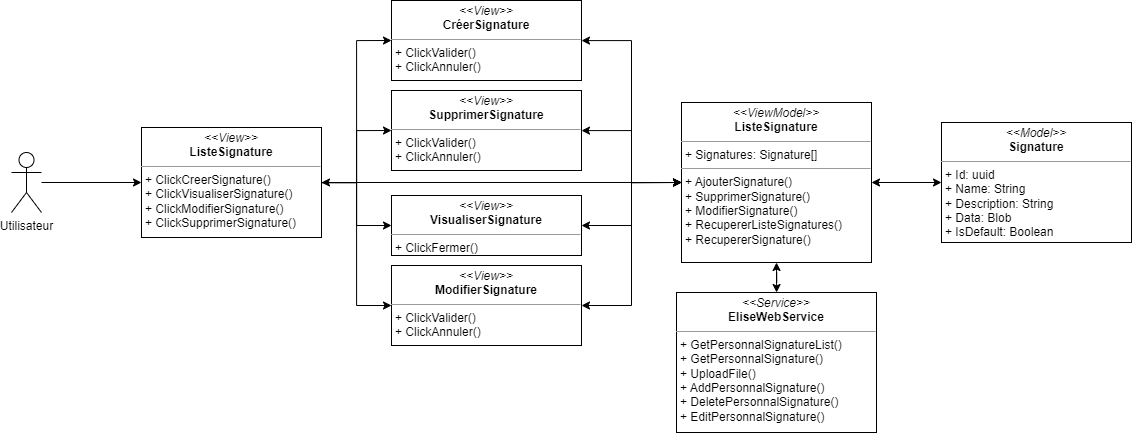
PFE-Neoledge-2023/rapport keeps this draw.io diagram as images_pfe/dcc_spint2.png. Above is the earlier version. Source tidied: cells renumbered, new cells last; positions are measured from the earlier drawing's top-left corner, leaving out a move shared by most shapes.
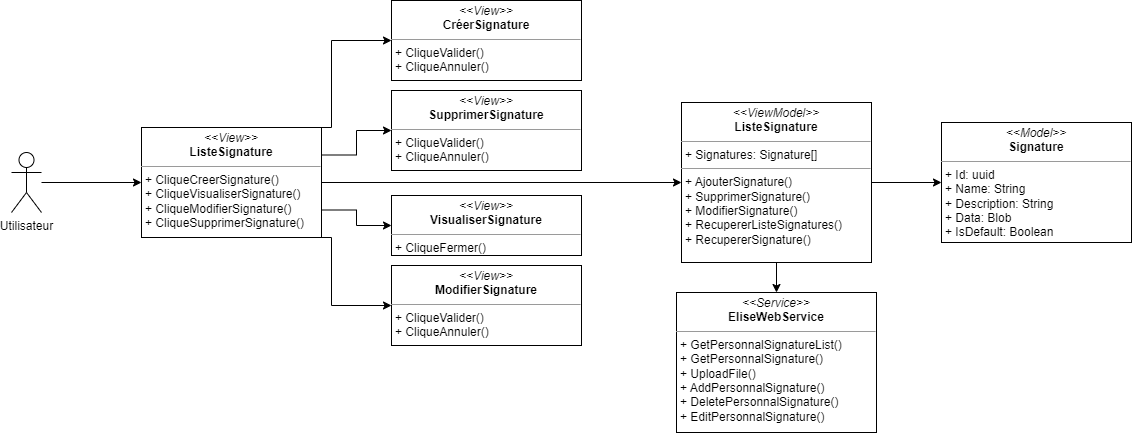
After the commit.

What changed in the source:
```diff
@@ -8,58 +8,56 @@
     <mxCell id="3" value="Utilisateur" style="shape=umlActor;verticalLabelPosition=bottom;verticalAlign=top;html=1;outlineConnect=0;" parent="1" vertex="1">
       <mxGeometry y="152" width="30" height="60" as="geometry" />
     </mxCell>
+    <mxCell id="8" style="edgeStyle=orthogonalEdgeStyle;rounded=0;jettySize=auto;html=1;entryX=0;entryY=0.5;entryDx=0;entryDy=0;startArrow=none;startFill=0;" parent="1" edge="1" source="9" target="11">
+      <mxGeometry relative="1" as="geometry" />
+    </mxCell>
+    <mxCell id="5" style="edgeStyle=orthogonalEdgeStyle;html=1;exitX=1;exitY=0.25;exitDx=0;exitDy=0;entryX=0;entryY=0.5;entryDx=0;entryDy=0;startArrow=none;startFill=0;endArrow=classic;endFill=1;rounded=0;" parent="1" edge="1" source="9" target="17">
+      <mxGeometry relative="1" as="geometry" />
+    </mxCell>
-    <mxCell id="4" style="edgeStyle=orthogonalEdgeStyle;rounded=0;jettySize=auto;html=1;entryX=0;entryY=0.5;entryDx=0;entryDy=0;" parent="1" edge="1" source="9" target="13">
-      <mxGeometry relative="1" as="geometry" />
+    <mxCell id="4" style="edgeStyle=orthogonalEdgeStyle;rounded=0;html=1;exitX=1;exitY=0;exitDx=0;exitDy=0;entryX=0;entryY=0.5;entryDx=0;entryDy=0;startArrow=none;startFill=0;endArrow=classic;endFill=1;" parent="1" edge="1" source="9" target="13">
+      <mxGeometry relative="1" as="geometry">
+        <Array as="points">
+          <mxPoint x="320" y="127" />
+          <mxPoint x="320" y="40" />
+        </Array>
+      </mxGeometry>
     </mxCell>
-    <mxCell id="5" style="edgeStyle=orthogonalEdgeStyle;rounded=0;jettySize=auto;html=1;entryX=0;entryY=0.5;entryDx=0;entryDy=0;" parent="1" edge="1" source="9" target="17">
-      <mxGeometry relative="1" as="geometry" />
-    </mxCell>
-    <mxCell id="6" style="edgeStyle=orthogonalEdgeStyle;rounded=0;jettySize=auto;html=1;entryX=0;entryY=0.5;entryDx=0;entryDy=0;" parent="1" edge="1" source="9" target="19">
+    <mxCell id="6" style="edgeStyle=orthogonalEdgeStyle;rounded=0;html=1;exitX=1;exitY=0.75;exitDx=0;exitDy=0;entryX=0;entryY=0.5;entryDx=0;entryDy=0;startArrow=none;startFill=0;endArrow=classic;endFill=1;" parent="1" edge="1" source="9" target="19">
       <mxGeometry relative="1" as="geometry" />
     </mxCell>
-    <mxCell id="7" style="edgeStyle=orthogonalEdgeStyle;rounded=0;jettySize=auto;html=1;entryX=0;entryY=0.5;entryDx=0;entryDy=0;" parent="1" edge="1" source="9" target="15">
-      <mxGeometry relative="1" as="geometry" />
+    <mxCell id="7" style="edgeStyle=orthogonalEdgeStyle;rounded=0;html=1;exitX=1;exitY=1;exitDx=0;exitDy=0;entryX=0;entryY=0.5;entryDx=0;entryDy=0;startArrow=none;startFill=0;endArrow=classic;endFill=1;" parent="1" edge="1" source="9" target="15">
+      <mxGeometry relative="1" as="geometry">
+        <Array as="points">
+          <mxPoint x="320" y="237" />
+          <mxPoint x="320" y="305" />
+        </Array>
+      </mxGeometry>
     </mxCell>
-    <mxCell id="8" style="edgeStyle=orthogonalEdgeStyle;rounded=0;jettySize=auto;html=1;entryX=0;entryY=0.5;entryDx=0;entryDy=0;startArrow=classic;startFill=1;" parent="1" edge="1" source="9" target="11">
-      <mxGeometry relative="1" as="geometry" />
-    </mxCell>
-    <mxCell id="9" value="&lt;p style=&quot;margin:0px;margin-top:4px;text-align:center;&quot;&gt;&lt;i&gt;&amp;lt;&amp;lt;View&amp;gt;&amp;gt;&lt;/i&gt;&lt;br&gt;&lt;b&gt;ListeSignature&lt;/b&gt;&lt;/p&gt;&lt;hr style=&quot;border-color: var(--border-color);&quot; size=&quot;1&quot;&gt;&lt;p style=&quot;border-color: var(--border-color); margin: 0px 0px 0px 4px;&quot;&gt;+ ClickCreerSignature()&lt;/p&gt;&lt;p style=&quot;border-color: var(--border-color); margin: 0px 0px 0px 4px;&quot;&gt;+ ClickVisualiserSignature()&lt;/p&gt;&lt;p style=&quot;border-color: var(--border-color); margin: 0px 0px 0px 4px;&quot;&gt;+ ClickModifierSignature()&lt;/p&gt;&lt;p style=&quot;border-color: var(--border-color); margin: 0px 0px 0px 4px;&quot;&gt;+ ClickSupprimerSignature()&lt;/p&gt;" style="verticalAlign=top;align=left;overflow=fill;fontSize=12;fontFamily=Helvetica;html=1;whiteSpace=wrap;" parent="1" vertex="1">
+    <mxCell id="9" value="&lt;p style=&quot;margin:0px;margin-top:4px;text-align:center;&quot;&gt;&lt;i&gt;&amp;lt;&amp;lt;View&amp;gt;&amp;gt;&lt;/i&gt;&lt;br&gt;&lt;b&gt;ListeSignature&lt;/b&gt;&lt;/p&gt;&lt;hr style=&quot;border-color: var(--border-color);&quot; size=&quot;1&quot;&gt;&lt;p style=&quot;border-color: var(--border-color); margin: 0px 0px 0px 4px;&quot;&gt;+ CliqueCreerSignature()&lt;/p&gt;&lt;p style=&quot;border-color: var(--border-color); margin: 0px 0px 0px 4px;&quot;&gt;+ CliqueVisualiserSignature()&lt;/p&gt;&lt;p style=&quot;border-color: var(--border-color); margin: 0px 0px 0px 4px;&quot;&gt;+ CliqueModifierSignature()&lt;/p&gt;&lt;p style=&quot;border-color: var(--border-color); margin: 0px 0px 0px 4px;&quot;&gt;+ CliqueSupprimerSignature()&lt;/p&gt;" style="verticalAlign=top;align=left;overflow=fill;fontSize=12;fontFamily=Helvetica;html=1;whiteSpace=wrap;" parent="1" vertex="1">
       <mxGeometry x="130" y="127" width="180" height="110" as="geometry" />
     </mxCell>
-    <mxCell id="10" style="edgeStyle=orthogonalEdgeStyle;rounded=0;jettySize=auto;html=1;startArrow=classic;startFill=1;" parent="1" edge="1" source="11" target="20">
+    <mxCell id="10" style="edgeStyle=orthogonalEdgeStyle;rounded=0;jettySize=auto;html=1;startArrow=none;startFill=0;" parent="1" edge="1" source="11" target="20">
       <mxGeometry relative="1" as="geometry" />
     </mxCell>
     <mxCell id="11" value="&lt;p style=&quot;margin:0px;margin-top:4px;text-align:center;&quot;&gt;&lt;i&gt;&amp;lt;&amp;lt;ViewModel&amp;gt;&amp;gt;&lt;/i&gt;&lt;br&gt;&lt;b&gt;ListeSignature&lt;/b&gt;&lt;/p&gt;&lt;hr size=&quot;1&quot;&gt;&lt;p style=&quot;margin:0px;margin-left:4px;&quot;&gt;+ Signatures: Signature[]&lt;br&gt;&lt;/p&gt;&lt;hr size=&quot;1&quot;&gt;&lt;p style=&quot;margin:0px;margin-left:4px;&quot;&gt;+ AjouterSignature()&lt;/p&gt;&lt;p style=&quot;margin:0px;margin-left:4px;&quot;&gt;+ SupprimerSignature()&lt;/p&gt;&lt;p style=&quot;margin:0px;margin-left:4px;&quot;&gt;+ ModifierSignature()&lt;/p&gt;&lt;p style=&quot;margin:0px;margin-left:4px;&quot;&gt;+ RecupererListeSignatures()&lt;/p&gt;&lt;p style=&quot;margin:0px;margin-left:4px;&quot;&gt;+ RecupererSignature()&lt;/p&gt;" style="verticalAlign=top;align=left;overflow=fill;fontSize=12;fontFamily=Helvetica;html=1;whiteSpace=wrap;" parent="1" vertex="1">
       <mxGeometry x="670" y="102" width="190" height="160" as="geometry" />
     </mxCell>
-    <mxCell id="12" style="edgeStyle=orthogonalEdgeStyle;rounded=0;jettySize=auto;html=1;entryX=0;entryY=0.5;entryDx=0;entryDy=0;startArrow=classic;startFill=1;" parent="1" edge="1" source="13" target="11">
-      <mxGeometry relative="1" as="geometry" />
-    </mxCell>
-    <mxCell id="13" value="&lt;p style=&quot;margin:0px;margin-top:4px;text-align:center;&quot;&gt;&lt;i&gt;&amp;lt;&amp;lt;View&amp;gt;&amp;gt;&lt;/i&gt;&lt;br&gt;&lt;b&gt;CréerSignature&lt;/b&gt;&lt;/p&gt;&lt;hr size=&quot;1&quot;&gt;&lt;p style=&quot;margin:0px;margin-left:4px;&quot;&gt;&lt;/p&gt;&lt;p style=&quot;margin:0px;margin-left:4px;&quot;&gt;+ ClickValider()&lt;/p&gt;&lt;p style=&quot;margin:0px;margin-left:4px;&quot;&gt;+ ClickAnnuler()&lt;/p&gt;" style="verticalAlign=top;align=left;overflow=fill;fontSize=12;fontFamily=Helvetica;html=1;whiteSpace=wrap;" parent="1" vertex="1">
+    <mxCell id="13" value="&lt;p style=&quot;margin:0px;margin-top:4px;text-align:center;&quot;&gt;&lt;i&gt;&amp;lt;&amp;lt;View&amp;gt;&amp;gt;&lt;/i&gt;&lt;br&gt;&lt;b&gt;CréerSignature&lt;/b&gt;&lt;/p&gt;&lt;hr size=&quot;1&quot;&gt;&lt;p style=&quot;margin:0px;margin-left:4px;&quot;&gt;&lt;/p&gt;&lt;p style=&quot;margin:0px;margin-left:4px;&quot;&gt;+ CliqueValider()&lt;/p&gt;&lt;p style=&quot;margin:0px;margin-left:4px;&quot;&gt;+ CliqueAnnuler()&lt;/p&gt;" style="verticalAlign=top;align=left;overflow=fill;fontSize=12;fontFamily=Helvetica;html=1;whiteSpace=wrap;" parent="1" vertex="1">
       <mxGeometry x="380" width="190" height="80" as="geometry" />
     </mxCell>
-    <mxCell id="14" style="edgeStyle=orthogonalEdgeStyle;rounded=0;jettySize=auto;html=1;entryX=0;entryY=0.5;entryDx=0;entryDy=0;startArrow=classic;startFill=1;" parent="1" edge="1" source="15" target="11">
-      <mxGeometry relative="1" as="geometry" />
-    </mxCell>
-    <mxCell id="15" value="&lt;p style=&quot;margin:0px;margin-top:4px;text-align:center;&quot;&gt;&lt;i&gt;&amp;lt;&amp;lt;View&amp;gt;&amp;gt;&lt;/i&gt;&lt;br&gt;&lt;b&gt;ModifierSignature&lt;/b&gt;&lt;/p&gt;&lt;hr size=&quot;1&quot;&gt;&lt;p style=&quot;margin:0px;margin-left:4px;&quot;&gt;&lt;/p&gt;&lt;p style=&quot;border-color: var(--border-color); margin: 0px 0px 0px 4px;&quot;&gt;+ ClickValider()&lt;/p&gt;&lt;p style=&quot;border-color: var(--border-color); margin: 0px 0px 0px 4px;&quot;&gt;+ ClickAnnuler()&lt;/p&gt;" style="verticalAlign=top;align=left;overflow=fill;fontSize=12;fontFamily=Helvetica;html=1;whiteSpace=wrap;" parent="1" vertex="1">
+    <mxCell id="15" value="&lt;p style=&quot;margin:0px;margin-top:4px;text-align:center;&quot;&gt;&lt;i&gt;&amp;lt;&amp;lt;View&amp;gt;&amp;gt;&lt;/i&gt;&lt;br&gt;&lt;b&gt;ModifierSignature&lt;/b&gt;&lt;/p&gt;&lt;hr size=&quot;1&quot;&gt;&lt;p style=&quot;margin:0px;margin-left:4px;&quot;&gt;&lt;/p&gt;&lt;p style=&quot;border-color: var(--border-color); margin: 0px 0px 0px 4px;&quot;&gt;+ CliqueValider()&lt;/p&gt;&lt;p style=&quot;border-color: var(--border-color); margin: 0px 0px 0px 4px;&quot;&gt;+ CliqueAnnuler()&lt;/p&gt;" style="verticalAlign=top;align=left;overflow=fill;fontSize=12;fontFamily=Helvetica;html=1;whiteSpace=wrap;" parent="1" vertex="1">
       <mxGeometry x="380" y="265" width="190" height="80" as="geometry" />
     </mxCell>
-    <mxCell id="16" style="edgeStyle=orthogonalEdgeStyle;rounded=0;jettySize=auto;html=1;entryX=0;entryY=0.5;entryDx=0;entryDy=0;startArrow=classic;startFill=1;" parent="1" edge="1" source="17" target="11">
-      <mxGeometry relative="1" as="geometry" />
-    </mxCell>
-    <mxCell id="17" value="&lt;p style=&quot;margin:0px;margin-top:4px;text-align:center;&quot;&gt;&lt;i&gt;&amp;lt;&amp;lt;View&amp;gt;&amp;gt;&lt;/i&gt;&lt;br&gt;&lt;b&gt;SupprimerSignature&lt;/b&gt;&lt;/p&gt;&lt;hr size=&quot;1&quot;&gt;&lt;p style=&quot;margin:0px;margin-left:4px;&quot;&gt;&lt;/p&gt;&lt;p style=&quot;border-color: var(--border-color); margin: 0px 0px 0px 4px;&quot;&gt;+ ClickValider()&lt;/p&gt;&lt;p style=&quot;border-color: var(--border-color); margin: 0px 0px 0px 4px;&quot;&gt;+ ClickAnnuler()&lt;/p&gt;" style="verticalAlign=top;align=left;overflow=fill;fontSize=12;fontFamily=Helvetica;html=1;whiteSpace=wrap;" parent="1" vertex="1">
+    <mxCell id="17" value="&lt;p style=&quot;margin:0px;margin-top:4px;text-align:center;&quot;&gt;&lt;i&gt;&amp;lt;&amp;lt;View&amp;gt;&amp;gt;&lt;/i&gt;&lt;br&gt;&lt;b&gt;SupprimerSignature&lt;/b&gt;&lt;/p&gt;&lt;hr size=&quot;1&quot;&gt;&lt;p style=&quot;margin:0px;margin-left:4px;&quot;&gt;&lt;/p&gt;&lt;p style=&quot;border-color: var(--border-color); margin: 0px 0px 0px 4px;&quot;&gt;+ CliqueValider()&lt;/p&gt;&lt;p style=&quot;border-color: var(--border-color); margin: 0px 0px 0px 4px;&quot;&gt;+ CliqueAnnuler()&lt;/p&gt;" style="verticalAlign=top;align=left;overflow=fill;fontSize=12;fontFamily=Helvetica;html=1;whiteSpace=wrap;" parent="1" vertex="1">
       <mxGeometry x="380" y="90" width="190" height="80" as="geometry" />
     </mxCell>
-    <mxCell id="18" style="edgeStyle=orthogonalEdgeStyle;rounded=0;jettySize=auto;html=1;entryX=0;entryY=0.5;entryDx=0;entryDy=0;startArrow=classic;startFill=1;" parent="1" edge="1" source="19" target="11">
-      <mxGeometry relative="1" as="geometry" />
-    </mxCell>
-    <mxCell id="19" value="&lt;p style=&quot;margin:0px;margin-top:4px;text-align:center;&quot;&gt;&lt;i&gt;&amp;lt;&amp;lt;View&amp;gt;&amp;gt;&lt;/i&gt;&lt;br&gt;&lt;b&gt;VisualiserSignature&lt;/b&gt;&lt;/p&gt;&lt;hr size=&quot;1&quot;&gt;&lt;p style=&quot;margin:0px;margin-left:4px;&quot;&gt;&lt;/p&gt;&lt;p style=&quot;border-color: var(--border-color); margin: 0px 0px 0px 4px;&quot;&gt;+ ClickFermer()&lt;/p&gt;" style="verticalAlign=top;align=left;overflow=fill;fontSize=12;fontFamily=Helvetica;html=1;whiteSpace=wrap;" parent="1" vertex="1">
+    <mxCell id="19" value="&lt;p style=&quot;margin:0px;margin-top:4px;text-align:center;&quot;&gt;&lt;i&gt;&amp;lt;&amp;lt;View&amp;gt;&amp;gt;&lt;/i&gt;&lt;br&gt;&lt;b&gt;VisualiserSignature&lt;/b&gt;&lt;/p&gt;&lt;hr size=&quot;1&quot;&gt;&lt;p style=&quot;margin:0px;margin-left:4px;&quot;&gt;&lt;/p&gt;&lt;p style=&quot;border-color: var(--border-color); margin: 0px 0px 0px 4px;&quot;&gt;+ CliqueFermer()&lt;/p&gt;" style="verticalAlign=top;align=left;overflow=fill;fontSize=12;fontFamily=Helvetica;html=1;whiteSpace=wrap;" parent="1" vertex="1">
       <mxGeometry x="380" y="195" width="190" height="60" as="geometry" />
     </mxCell>
     <mxCell id="20" value="&lt;p style=&quot;margin:0px;margin-top:4px;text-align:center;&quot;&gt;&lt;i&gt;&amp;lt;&amp;lt;Model&amp;gt;&amp;gt;&lt;/i&gt;&lt;br&gt;&lt;b&gt;Signature&lt;/b&gt;&lt;/p&gt;&lt;hr size=&quot;1&quot;&gt;&lt;p style=&quot;margin:0px;margin-left:4px;&quot;&gt;+ Id: uuid&lt;br&gt;&lt;/p&gt;&lt;p style=&quot;margin:0px;margin-left:4px;&quot;&gt;+ Name: String&lt;/p&gt;&lt;p style=&quot;margin:0px;margin-left:4px;&quot;&gt;+ Description: String&lt;/p&gt;&lt;p style=&quot;margin:0px;margin-left:4px;&quot;&gt;+ Data: Blob&lt;/p&gt;&lt;p style=&quot;margin:0px;margin-left:4px;&quot;&gt;+ IsDefault: Boolean&lt;/p&gt;" style="verticalAlign=top;align=left;overflow=fill;fontSize=12;fontFamily=Helvetica;html=1;whiteSpace=wrap;" parent="1" vertex="1">
       <mxGeometry x="930" y="122" width="190" height="120" as="geometry" />
     </mxCell>
-    <mxCell id="21" style="edgeStyle=orthogonalEdgeStyle;rounded=0;jettySize=auto;html=1;entryX=0.5;entryY=1;entryDx=0;entryDy=0;startArrow=classic;startFill=1;" parent="1" edge="1" source="22" target="11">
+    <mxCell id="21" style="edgeStyle=orthogonalEdgeStyle;rounded=0;jettySize=auto;html=1;entryX=0.5;entryY=1;entryDx=0;entryDy=0;startArrow=classic;startFill=1;endArrow=none;endFill=0;" parent="1" edge="1" source="22" target="11">
       <mxGeometry relative="1" as="geometry" />
     </mxCell>
     <mxCell id="22" value="&lt;p style=&quot;margin:0px;margin-top:4px;text-align:center;&quot;&gt;&lt;i&gt;&amp;lt;&amp;lt;Service&amp;gt;&amp;gt;&lt;/i&gt;&lt;br&gt;&lt;b&gt;EliseWebService&lt;/b&gt;&lt;/p&gt;&lt;hr size=&quot;1&quot;&gt;&lt;p style=&quot;margin:0px;margin-left:4px;&quot;&gt;&lt;/p&gt;&lt;p style=&quot;margin:0px;margin-left:4px;&quot;&gt;+ GetPersonnalSignatureList()&lt;/p&gt;&lt;p style=&quot;margin:0px;margin-left:4px;&quot;&gt;+ GetPersonnalSignature()&lt;/p&gt;&lt;p style=&quot;margin:0px;margin-left:4px;&quot;&gt;+ UploadFile()&lt;/p&gt;&lt;p style=&quot;margin:0px;margin-left:4px;&quot;&gt;+ AddPersonnalSignature()&lt;/p&gt;&lt;p style=&quot;margin:0px;margin-left:4px;&quot;&gt;+ DeletePersonnalSignature()&lt;/p&gt;&lt;p style=&quot;margin:0px;margin-left:4px;&quot;&gt;+ EditPersonnalSignature()&lt;br&gt;&lt;/p&gt;" style="verticalAlign=top;align=left;overflow=fill;fontSize=12;fontFamily=Helvetica;html=1;whiteSpace=wrap;" parent="1" vertex="1">
```
